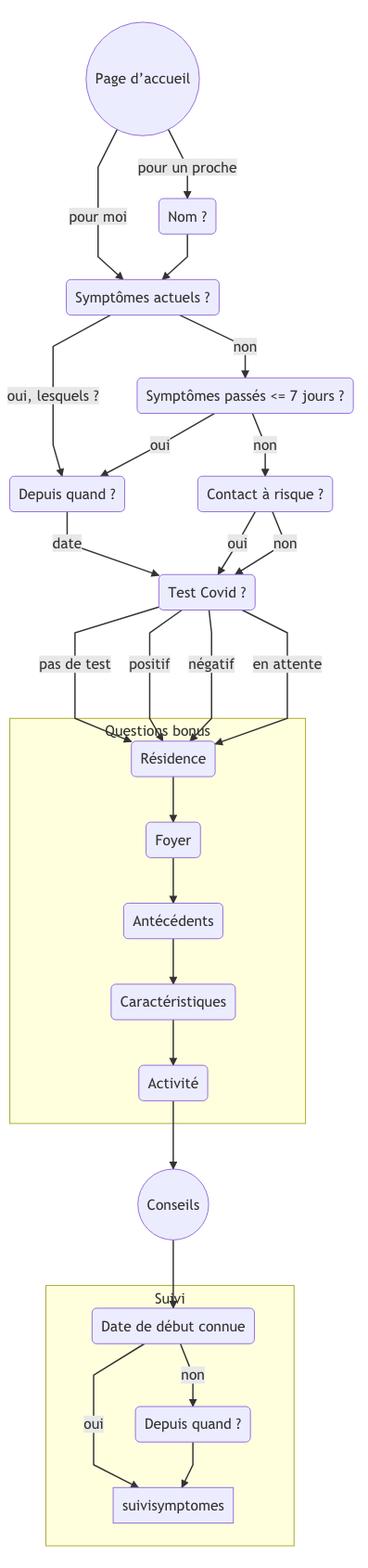
Delegation-numerique-en-sante/mesconseilscovid keeps this Mermaid diagram as diagrammes/parcours.png. Above is the earlier version. Its source is kept beside it as diagrammes/parcours.mermaid.
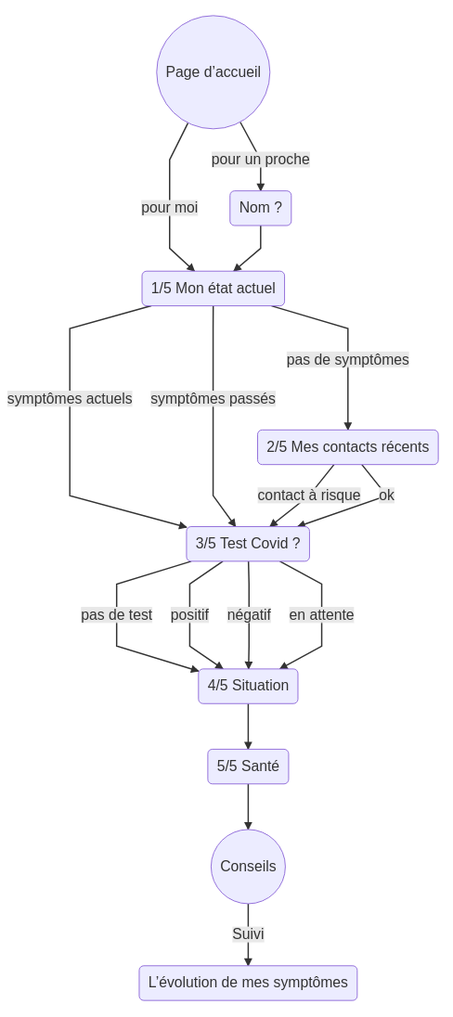
The same diagram one commit later.

Commit message:
Met à jour le diagramme du parcours

Diff of the diagram source:
```diff
@@ -1,43 +1,26 @@
 graph TD
-    introduction(("Page d’accueil")) -->|pour moi| symptomesactuels
+    introduction(("Page d’accueil")) -->|pour moi| symptomes
     introduction(("Page d’accueil")) -->|pour un proche| nom
 
-    nom("Nom ?") --> symptomesactuels
+    nom("Nom ?") --> symptomes
 
-    symptomesactuels("Symptômes actuels ?")
-    symptomesactuels -->|"oui, lesquels ?"| debutsymptomes
-    symptomesactuels -->|non| symptomespasses
+    symptomes("1/5 Mon état actuel")
+    symptomes ---->|"symptômes actuels"| depistage
+    symptomes ---->|"symptômes passés"| depistage
+    symptomes -->|"pas de symptômes"| contactarisque
 
-    symptomespasses("Symptômes passés <= 7 jours ?")
-    symptomespasses -->|oui| debutsymptomes
-    symptomespasses -->|non| contactarisque
+    contactarisque("2/5 Mes contacts récents")
+    contactarisque -->|"contact à risque"| depistage
+    contactarisque -->|"ok"| depistage
 
-    debutsymptomes("Depuis quand ?")
-    debutsymptomes -->|date| depistage
+    depistage("3/5 Test Covid ?")
+    depistage --->|pas de test| situation
+    depistage --->|positif| situation
+    depistage --->|négatif| situation
+    depistage --->|en attente| situation
 
-    contactarisque("Contact à risque ?")
-    contactarisque -->|oui| depistage
-    contactarisque -->|non| depistage
+    situation("4/5 Situation") --> sante("5/5 Santé")
 
-    depistage("Test Covid ?")
-    depistage --->|pas de test| residence
-    depistage --->|positif| residence
-    depistage --->|négatif| residence
-    depistage --->|en attente| residence
+    sante --> conseils(("Conseils"))
 
-    subgraph Questions bonus
-        residence("Résidence") --> foyer("Foyer") --> antecedents("Antécédents") --> caracteristiques("Caractéristiques") --> activitepro("Activité")
-    end
-
-    activitepro --> conseils(("Conseils"))
-
-    conseils --> debutconnu
-
-    subgraph Suivi
-        debutconnu("Date de début connue")
-        debutconnu -->|oui| suivisymptomes
-        debutconnu -->|non| debutsymptomes2
-
-        debutsymptomes2("Depuis quand ?")
-        debutsymptomes2 --> suivisymptomes
-    end
+    conseils -->|"Suivi"| suivisymptomes("L’évolution de mes symptômes")
```
